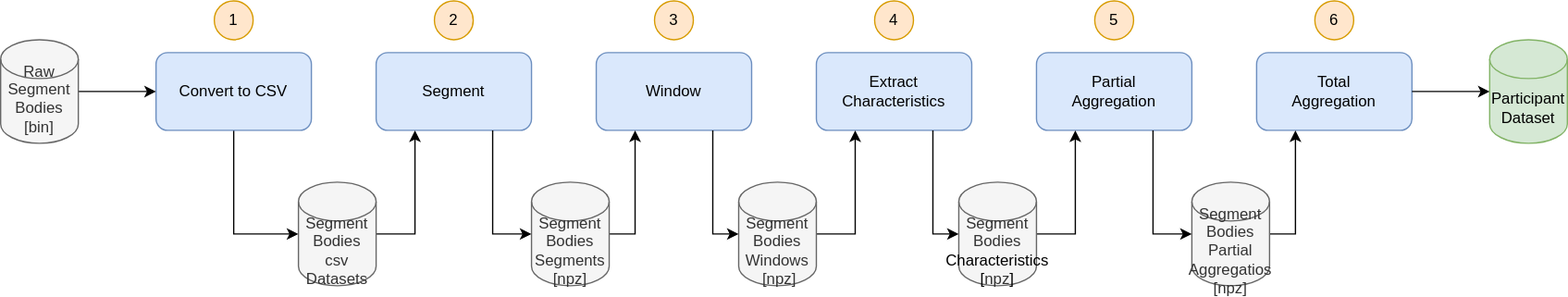
Above: section3/assets/images/pretrain-pipeline.svg in SiMuR-UO/uniovi-simur-wearablepermed-wiki (draw.io), before the change. Source tidied: cells renumbered, new cells last; positions are measured from the earlier drawing's top-left corner, leaving out a move shared by most shapes. Its diagram source:
```xml
<mxGraphModel>
  <root>
    <mxCell id="0" />
    <mxCell id="1" parent="0" />
    <mxCell id="2" style="edgeStyle=orthogonalEdgeStyle;rounded=0;jettySize=auto;html=1;entryX=0;entryY=0.5;entryDx=0;entryDy=0;exitX=0.5;exitY=1;exitDx=0;exitDy=0;entryPerimeter=0;" parent="1" edge="1" source="3" target="20">
      <mxGeometry relative="1" as="geometry" />
    </mxCell>
    <mxCell id="3" value="Convert to CSV" style="rounded=1;whiteSpace=wrap;html=1;fillColor=#dae8fc;strokeColor=#6c8ebf;" parent="1" vertex="1">
      <mxGeometry x="120" y="40" width="120" height="60" as="geometry" />
    </mxCell>
    <mxCell id="4" style="edgeStyle=orthogonalEdgeStyle;rounded=0;jettySize=auto;html=1;" parent="1" edge="1" source="5" target="3">
      <mxGeometry relative="1" as="geometry" />
    </mxCell>
    <mxCell id="5" value="&lt;div&gt;Raw Segment&lt;/div&gt;&lt;div&gt;Bodies&lt;/div&gt;&lt;div&gt;[bin]&lt;/div&gt;&lt;div&gt;&lt;br&gt;&lt;/div&gt;" style="shape=cylinder3;whiteSpace=wrap;html=1;boundedLbl=1;backgroundOutline=1;size=15;fillColor=#f5f5f5;fontColor=#333333;strokeColor=#666666;" parent="1" vertex="1">
      <mxGeometry y="30" width="60" height="80" as="geometry" />
    </mxCell>
    <mxCell id="6" value="Segment" style="rounded=1;whiteSpace=wrap;html=1;fillColor=#dae8fc;strokeColor=#6c8ebf;" parent="1" vertex="1">
      <mxGeometry x="290" y="40" width="120" height="60" as="geometry" />
    </mxCell>
    <mxCell id="7" value="Window" style="rounded=1;whiteSpace=wrap;html=1;fillColor=#dae8fc;strokeColor=#6c8ebf;" parent="1" vertex="1">
      <mxGeometry x="460" y="40" width="120" height="60" as="geometry" />
    </mxCell>
    <mxCell id="8" value="Extract&lt;div&gt;Characteristics&lt;/div&gt;" style="rounded=1;whiteSpace=wrap;html=1;fillColor=#dae8fc;strokeColor=#6c8ebf;" parent="1" vertex="1">
      <mxGeometry x="630" y="40" width="120" height="60" as="geometry" />
    </mxCell>
    <mxCell id="9" value="Partial&lt;div&gt;Aggregation&lt;/div&gt;" style="rounded=1;whiteSpace=wrap;html=1;fillColor=#dae8fc;strokeColor=#6c8ebf;" parent="1" vertex="1">
      <mxGeometry x="800" y="40" width="120" height="60" as="geometry" />
    </mxCell>
    <mxCell id="10" value="Total&lt;div&gt;Aggregation&lt;/div&gt;" style="rounded=1;whiteSpace=wrap;html=1;fillColor=#dae8fc;strokeColor=#6c8ebf;" parent="1" vertex="1">
      <mxGeometry x="970" y="40" width="120" height="60" as="geometry" />
    </mxCell>
    <mxCell id="11" value="Participant&lt;div&gt;Dataset&lt;/div&gt;" style="shape=cylinder3;whiteSpace=wrap;html=1;boundedLbl=1;backgroundOutline=1;size=15;fillColor=#d5e8d4;strokeColor=#82b366;" parent="1" vertex="1">
      <mxGeometry x="1150" y="30" width="60" height="80" as="geometry" />
    </mxCell>
    <mxCell id="12" style="edgeStyle=orthogonalEdgeStyle;rounded=0;jettySize=auto;html=1;entryX=0;entryY=0.5;entryDx=0;entryDy=0;entryPerimeter=0;" parent="1" edge="1" source="10" target="11">
      <mxGeometry relative="1" as="geometry" />
    </mxCell>
    <mxCell id="13" value="1" style="ellipse;whiteSpace=wrap;html=1;fillColor=#ffe6cc;strokeColor=#d79b00;" parent="1" vertex="1">
      <mxGeometry x="165" width="30" height="30" as="geometry" />
    </mxCell>
    <mxCell id="14" value="2" style="ellipse;whiteSpace=wrap;html=1;fillColor=#ffe6cc;strokeColor=#d79b00;" parent="1" vertex="1">
      <mxGeometry x="335" width="30" height="30" as="geometry" />
    </mxCell>
    <mxCell id="15" value="3" style="ellipse;whiteSpace=wrap;html=1;fillColor=#ffe6cc;strokeColor=#d79b00;" parent="1" vertex="1">
      <mxGeometry x="505" width="30" height="30" as="geometry" />
    </mxCell>
    <mxCell id="16" value="4" style="ellipse;whiteSpace=wrap;html=1;fillColor=#ffe6cc;strokeColor=#d79b00;" parent="1" vertex="1">
      <mxGeometry x="675" width="30" height="30" as="geometry" />
    </mxCell>
    <mxCell id="17" value="5" style="ellipse;whiteSpace=wrap;html=1;fillColor=#ffe6cc;strokeColor=#d79b00;" parent="1" vertex="1">
      <mxGeometry x="845" width="30" height="30" as="geometry" />
    </mxCell>
    <mxCell id="18" value="6" style="ellipse;whiteSpace=wrap;html=1;fillColor=#ffe6cc;strokeColor=#d79b00;" parent="1" vertex="1">
      <mxGeometry x="1015" width="30" height="30" as="geometry" />
    </mxCell>
    <mxCell id="19" style="edgeStyle=orthogonalEdgeStyle;rounded=0;jettySize=auto;html=1;entryX=0.25;entryY=1;entryDx=0;entryDy=0;exitX=1;exitY=0.5;exitDx=0;exitDy=0;exitPerimeter=0;" parent="1" edge="1" source="20" target="6">
      <mxGeometry relative="1" as="geometry" />
    </mxCell>
    <mxCell id="20" value="&lt;span style=&quot;background-color: transparent; color: light-dark(rgb(51, 51, 51), rgb(193, 193, 193));&quot;&gt;Segment&lt;/span&gt;&lt;div&gt;Bodies&lt;br&gt;csv&lt;br&gt;Datasets&lt;/div&gt;" style="shape=cylinder3;whiteSpace=wrap;html=1;boundedLbl=1;backgroundOutline=1;size=15;fillColor=#f5f5f5;fontColor=#333333;strokeColor=#666666;" parent="1" vertex="1">
      <mxGeometry x="230" y="140" width="60" height="80" as="geometry" />
    </mxCell>
    <mxCell id="21" style="edgeStyle=orthogonalEdgeStyle;rounded=0;jettySize=auto;html=1;entryX=0.25;entryY=1;entryDx=0;entryDy=0;exitX=1;exitY=0.5;exitDx=0;exitDy=0;exitPerimeter=0;" parent="1" edge="1" source="22" target="7">
      <mxGeometry relative="1" as="geometry" />
    </mxCell>
    <mxCell id="22" value="Segment Bodies&lt;div&gt;Segments&lt;br&gt;[npz]&lt;/div&gt;" style="shape=cylinder3;whiteSpace=wrap;html=1;boundedLbl=1;backgroundOutline=1;size=15;fillColor=#f5f5f5;fontColor=#333333;strokeColor=#666666;" parent="1" vertex="1">
      <mxGeometry x="410" y="140" width="60" height="80" as="geometry" />
    </mxCell>
    <mxCell id="23" style="edgeStyle=orthogonalEdgeStyle;rounded=0;jettySize=auto;html=1;entryX=0;entryY=0.5;entryDx=0;entryDy=0;entryPerimeter=0;exitX=0.75;exitY=1;exitDx=0;exitDy=0;" parent="1" edge="1" source="6" target="22">
      <mxGeometry relative="1" as="geometry" />
    </mxCell>
    <mxCell id="24" style="edgeStyle=orthogonalEdgeStyle;rounded=0;jettySize=auto;html=1;entryX=0.25;entryY=1;entryDx=0;entryDy=0;exitX=1;exitY=0.5;exitDx=0;exitDy=0;exitPerimeter=0;" parent="1" edge="1" source="25" target="8">
      <mxGeometry relative="1" as="geometry" />
    </mxCell>
    <mxCell id="25" value="&lt;div&gt;Segment&lt;/div&gt;&lt;div&gt;Bodies&lt;/div&gt;&lt;div&gt;Windows&lt;/div&gt;&lt;div&gt;&amp;nbsp;[&lt;span style=&quot;background-color: transparent; color: light-dark(rgb(51, 51, 51), rgb(193, 193, 193));&quot;&gt;npz&lt;/span&gt;&lt;span style=&quot;background-color: transparent; color: light-dark(rgb(51, 51, 51), rgb(193, 193, 193));&quot;&gt;]&lt;/span&gt;&lt;/div&gt;" style="shape=cylinder3;whiteSpace=wrap;html=1;boundedLbl=1;backgroundOutline=1;size=15;fillColor=#f5f5f5;fontColor=#333333;strokeColor=#666666;" parent="1" vertex="1">
      <mxGeometry x="570" y="140" width="60" height="80" as="geometry" />
    </mxCell>
    <mxCell id="26" style="edgeStyle=orthogonalEdgeStyle;rounded=0;jettySize=auto;html=1;entryX=0.25;entryY=1;entryDx=0;entryDy=0;exitX=1;exitY=0.5;exitDx=0;exitDy=0;exitPerimeter=0;" parent="1" edge="1" source="27" target="9">
      <mxGeometry relative="1" as="geometry" />
    </mxCell>
    <mxCell id="27" value="&lt;div&gt;Segment Bodies&lt;/div&gt;&lt;div&gt;&lt;span style=&quot;color: rgb(0, 0, 0);&quot;&gt;Characteristics&lt;/span&gt;&lt;/div&gt;&lt;div&gt;&lt;span style=&quot;color: rgb(0, 0, 0);&quot;&gt;[&lt;/span&gt;&lt;span style=&quot;background-color: transparent; color: light-dark(rgb(51, 51, 51), rgb(193, 193, 193));&quot;&gt;npz&lt;/span&gt;&lt;span style=&quot;color: light-dark(rgb(0, 0, 0), rgb(237, 237, 237)); background-color: transparent;&quot;&gt;]&lt;/span&gt;&lt;/div&gt;" style="shape=cylinder3;whiteSpace=wrap;html=1;boundedLbl=1;backgroundOutline=1;size=15;fillColor=#f5f5f5;fontColor=#333333;strokeColor=#666666;" parent="1" vertex="1">
      <mxGeometry x="740" y="140" width="60" height="80" as="geometry" />
    </mxCell>
    <mxCell id="28" style="edgeStyle=orthogonalEdgeStyle;rounded=0;jettySize=auto;html=1;entryX=0.25;entryY=1;entryDx=0;entryDy=0;" parent="1" edge="1" source="29" target="10">
      <mxGeometry relative="1" as="geometry">
        <Array as="points">
          <mxPoint x="1000" y="180" />
        </Array>
      </mxGeometry>
    </mxCell>
    <mxCell id="29" value="Segment Bodies&lt;br&gt;&lt;div&gt;Partial&lt;/div&gt;&lt;div&gt;Aggregatios&lt;br&gt;[npz]&lt;/div&gt;" style="shape=cylinder3;whiteSpace=wrap;html=1;boundedLbl=1;backgroundOutline=1;size=15;fillColor=#f5f5f5;fontColor=#333333;strokeColor=#666666;" parent="1" vertex="1">
      <mxGeometry x="920" y="140" width="60" height="80" as="geometry" />
    </mxCell>
    <mxCell id="30" style="edgeStyle=orthogonalEdgeStyle;rounded=0;jettySize=auto;html=1;entryX=0;entryY=0.5;entryDx=0;entryDy=0;entryPerimeter=0;exitX=0.75;exitY=1;exitDx=0;exitDy=0;" parent="1" edge="1" source="7" target="25">
      <mxGeometry relative="1" as="geometry" />
    </mxCell>
    <mxCell id="31" style="edgeStyle=orthogonalEdgeStyle;rounded=0;jettySize=auto;html=1;entryX=0;entryY=0.5;entryDx=0;entryDy=0;entryPerimeter=0;exitX=0.75;exitY=1;exitDx=0;exitDy=0;" parent="1" edge="1" source="8" target="27">
      <mxGeometry relative="1" as="geometry" />
    </mxCell>
    <mxCell id="32" style="edgeStyle=orthogonalEdgeStyle;rounded=0;jettySize=auto;html=1;entryX=0;entryY=0.5;entryDx=0;entryDy=0;entryPerimeter=0;exitX=0.75;exitY=1;exitDx=0;exitDy=0;" parent="1" edge="1" source="9" target="29">
      <mxGeometry relative="1" as="geometry" />
    </mxCell>
  </root>
</mxGraphModel>
```
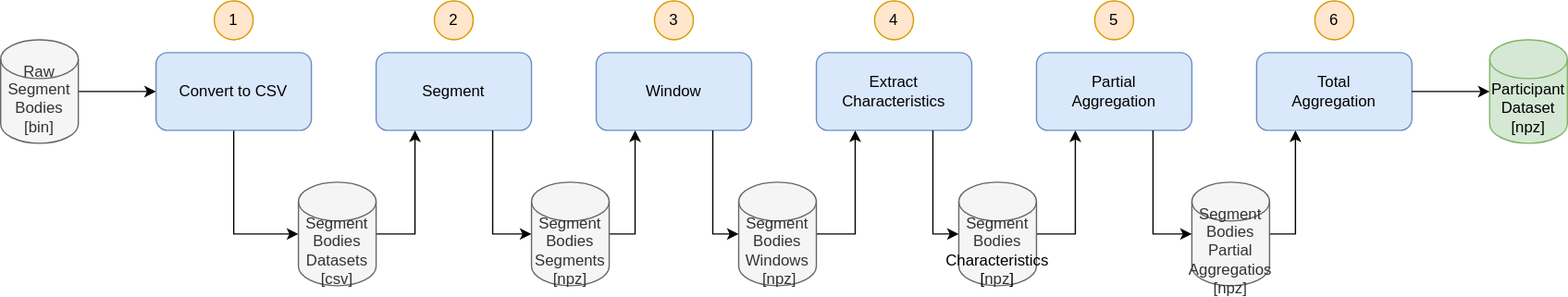
The same diagram one commit later.

What changed in the source:
```diff
@@ -29,7 +29,7 @@
     <mxCell id="10" value="Total&lt;div&gt;Aggregation&lt;/div&gt;" style="rounded=1;whiteSpace=wrap;html=1;fillColor=#dae8fc;strokeColor=#6c8ebf;" parent="1" vertex="1">
       <mxGeometry x="970" y="40" width="120" height="60" as="geometry" />
     </mxCell>
-    <mxCell id="11" value="Participant&lt;div&gt;Dataset&lt;/div&gt;" style="shape=cylinder3;whiteSpace=wrap;html=1;boundedLbl=1;backgroundOutline=1;size=15;fillColor=#d5e8d4;strokeColor=#82b366;" parent="1" vertex="1">
+    <mxCell id="11" value="Participant&lt;div&gt;Dataset&lt;/div&gt;&lt;div&gt;[npz]&lt;/div&gt;" style="shape=cylinder3;whiteSpace=wrap;html=1;boundedLbl=1;backgroundOutline=1;size=15;fillColor=#d5e8d4;strokeColor=#82b366;" parent="1" vertex="1">
       <mxGeometry x="1150" y="30" width="60" height="80" as="geometry" />
     </mxCell>
     <mxCell id="12" style="edgeStyle=orthogonalEdgeStyle;rounded=0;jettySize=auto;html=1;entryX=0;entryY=0.5;entryDx=0;entryDy=0;entryPerimeter=0;" parent="1" edge="1" source="10" target="11">
@@ -56,7 +56,7 @@
     <mxCell id="19" style="edgeStyle=orthogonalEdgeStyle;rounded=0;jettySize=auto;html=1;entryX=0.25;entryY=1;entryDx=0;entryDy=0;exitX=1;exitY=0.5;exitDx=0;exitDy=0;exitPerimeter=0;" parent="1" edge="1" source="20" target="6">
       <mxGeometry relative="1" as="geometry" />
     </mxCell>
-    <mxCell id="20" value="&lt;span style=&quot;background-color: transparent; color: light-dark(rgb(51, 51, 51), rgb(193, 193, 193));&quot;&gt;Segment&lt;/span&gt;&lt;div&gt;Bodies&lt;br&gt;csv&lt;br&gt;Datasets&lt;/div&gt;" style="shape=cylinder3;whiteSpace=wrap;html=1;boundedLbl=1;backgroundOutline=1;size=15;fillColor=#f5f5f5;fontColor=#333333;strokeColor=#666666;" parent="1" vertex="1">
+    <mxCell id="20" value="&lt;span style=&quot;background-color: transparent; color: light-dark(rgb(51, 51, 51), rgb(193, 193, 193));&quot;&gt;Segment&lt;/span&gt;&lt;div&gt;Bodies&lt;br&gt;Datasets&lt;br&gt;[csv]&lt;/div&gt;" style="shape=cylinder3;whiteSpace=wrap;html=1;boundedLbl=1;backgroundOutline=1;size=15;fillColor=#f5f5f5;fontColor=#333333;strokeColor=#666666;" parent="1" vertex="1">
       <mxGeometry x="230" y="140" width="60" height="80" as="geometry" />
     </mxCell>
     <mxCell id="21" style="edgeStyle=orthogonalEdgeStyle;rounded=0;jettySize=auto;html=1;entryX=0.25;entryY=1;entryDx=0;entryDy=0;exitX=1;exitY=0.5;exitDx=0;exitDy=0;exitPerimeter=0;" parent="1" edge="1" source="22" target="7">
```
